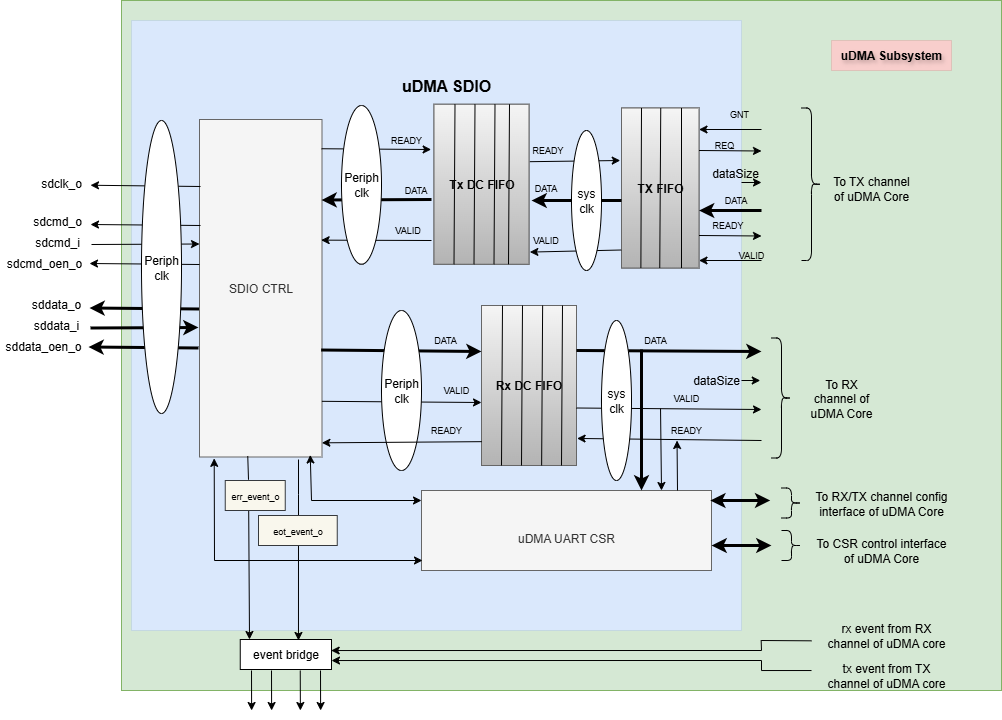
Before: docs/doc-src/ip-blocks/uDMA_SDIO_Block_Diagram.png, a diagram exported from draw.io (openhwgroup/core-v-mcu). Source tidied: cells renumbered, new cells last; positions are measured from the earlier drawing's top-left corner, leaving out a move shared by most shapes.
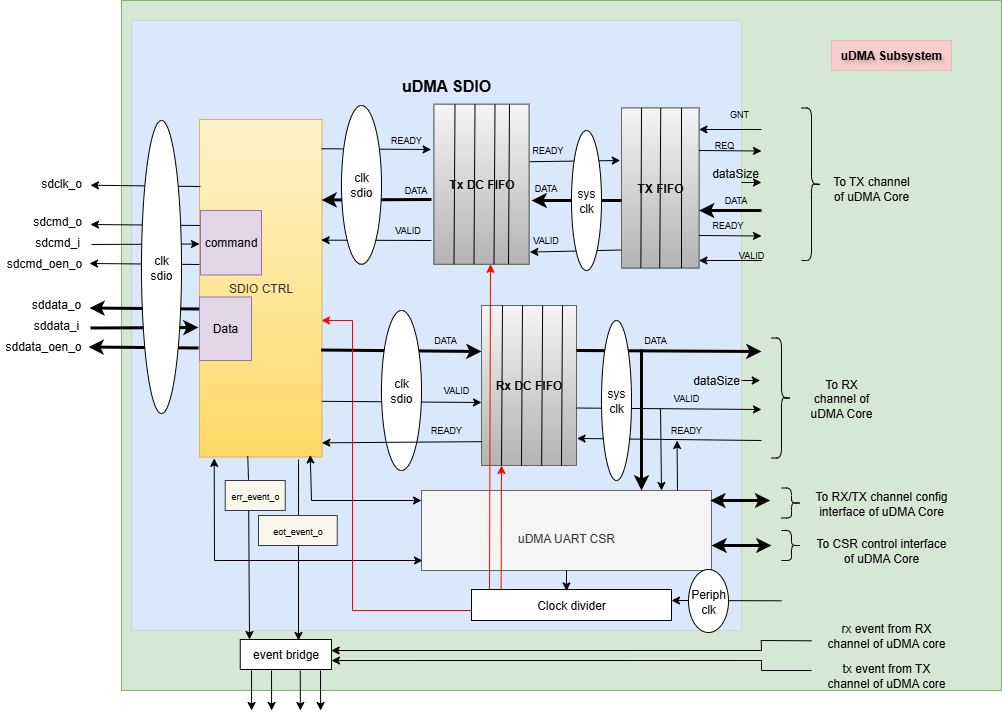
The same file after the commit.

Commit message:
SDIO: Updated block diagram and Rx/Tx operation

What changed in the source:
```diff
@@ -38,7 +38,7 @@
     <mxCell id="10" value="sddata_oen_o" style="text;html=1;align=center;verticalAlign=middle;whiteSpace=wrap;rounded=0;" parent="4" vertex="1">
       <mxGeometry y="42" width="86" height="15" as="geometry" />
     </mxCell>
-    <mxCell id="11" value="SDIO CTRL" style="rounded=0;whiteSpace=wrap;html=1;fillColor=#f5f5f5;fontColor=#333333;strokeColor=#666666;" parent="1" vertex="1">
+    <mxCell id="11" value="&lt;div&gt;&lt;span style=&quot;background-color: transparent; color: light-dark(rgb(51, 51, 51), rgb(193, 193, 193));&quot;&gt;SDIO CTRL&lt;/span&gt;&lt;/div&gt;" style="rounded=0;whiteSpace=wrap;html=1;fillColor=#fff2cc;strokeColor=#d6b656;gradientColor=#ffd966;" parent="1" vertex="1">
       <mxGeometry x="199" y="119" width="122.5" height="337.5" as="geometry" />
     </mxCell>
     <mxCell id="12" value="&lt;font style=&quot;font-size: 16px;&quot;&gt;&lt;b&gt;uDMA SDIO&lt;/b&gt;&lt;/font&gt;" style="text;html=1;align=center;verticalAlign=middle;whiteSpace=wrap;rounded=0;" parent="1" vertex="1">
@@ -307,7 +307,7 @@
         <mxPoint x="321" y="199.5" as="targetPoint" />
       </mxGeometry>
     </mxCell>
-    <mxCell id="70" value="Peri&lt;span style=&quot;background-color: transparent; color: light-dark(rgb(0, 0, 0), rgb(255, 255, 255));&quot;&gt;ph clk&lt;/span&gt;" style="ellipse;whiteSpace=wrap;html=1;" parent="1" vertex="1">
+    <mxCell id="70" value="clk&lt;div&gt;sdio&lt;/div&gt;" style="ellipse;whiteSpace=wrap;html=1;" parent="1" vertex="1">
       <mxGeometry x="341" y="105" width="40" height="158.8" as="geometry" />
     </mxCell>
     <mxCell id="71" value="sys&lt;div&gt;clk&lt;/div&gt;" style="ellipse;whiteSpace=wrap;html=1;" parent="1" vertex="1">
@@ -342,7 +342,7 @@
     <mxCell id="79" value="DATA&amp;nbsp;" style="text;html=1;align=center;verticalAlign=middle;whiteSpace=wrap;rounded=0;fontSize=9;" parent="1" vertex="1">
       <mxGeometry x="411" y="330" width="70" height="20" as="geometry" />
     </mxCell>
-    <mxCell id="80" value="Peri&lt;span style=&quot;background-color: transparent; color: light-dark(rgb(0, 0, 0), rgb(255, 255, 255));&quot;&gt;ph clk&lt;/span&gt;" style="ellipse;whiteSpace=wrap;html=1;" parent="1" vertex="1">
+    <mxCell id="80" value="clk&lt;div&gt;sdio&lt;/div&gt;" style="ellipse;whiteSpace=wrap;html=1;" parent="1" vertex="1">
       <mxGeometry x="381" y="310" width="40" height="160" as="geometry" />
     </mxCell>
     <mxCell id="81" value="&lt;font style=&quot;font-size: 9px;&quot;&gt;err_event_o&lt;/font&gt;" style="text;html=1;align=center;verticalAlign=middle;whiteSpace=wrap;rounded=0;fillColor=#f9f7ed;strokeColor=#36393d;" parent="1" vertex="1">
@@ -490,11 +490,53 @@
     <mxCell id="109" value="sdcmd_oen_o" style="text;html=1;align=center;verticalAlign=middle;whiteSpace=wrap;rounded=0;" parent="103" vertex="1">
       <mxGeometry y="42" width="86" height="15" as="geometry" />
     </mxCell>
-    <mxCell id="110" value="Peri&lt;span style=&quot;background-color: transparent; color: light-dark(rgb(0, 0, 0), rgb(255, 255, 255));&quot;&gt;ph clk&lt;/span&gt;" style="ellipse;whiteSpace=wrap;html=1;" parent="103" vertex="1">
+    <mxCell id="110" value="clk&lt;div&gt;sdio&lt;/div&gt;" style="ellipse;whiteSpace=wrap;html=1;" parent="103" vertex="1">
       <mxGeometry x="140" y="-93" width="40" height="293" as="geometry" />
     </mxCell>
     <mxCell id="111" style="endArrow=classic;html=1;rounded=0;entryX=0.999;entryY=0.958;entryDx=0;entryDy=0;entryPerimeter=0;exitX=0.004;exitY=0.851;exitDx=0;exitDy=0;exitPerimeter=0;" parent="1" edge="1" source="15" target="11">
       <mxGeometry relative="1" as="geometry" />
     </mxCell>
+    <mxCell id="112" value="Clock divider" style="rounded=0;whiteSpace=wrap;html=1;" parent="1" vertex="1">
+      <mxGeometry x="471" y="589" width="200" height="31" as="geometry" />
+    </mxCell>
+    <mxCell id="113" style="endArrow=classic;html=1;rounded=0;exitX=0.75;exitY=0.87;exitDx=0;exitDy=0;exitPerimeter=0;" parent="1" edge="1" source="2">
+      <mxGeometry relative="1" as="geometry">
+        <mxPoint x="671" y="600" as="targetPoint" />
+      </mxGeometry>
+    </mxCell>
+    <mxCell id="114" value="Peri&lt;span style=&quot;background-color: transparent; color: light-dark(rgb(0, 0, 0), rgb(255, 255, 255));&quot;&gt;ph clk&lt;/span&gt;" style="ellipse;whiteSpace=wrap;html=1;" parent="1" vertex="1">
+      <mxGeometry x="688" y="569" width="40" height="63" as="geometry" />
+    </mxCell>
+    <mxCell id="115" style="endArrow=classic;html=1;rounded=0;entryX=0.475;entryY=0.045;entryDx=0;entryDy=0;exitX=0.5;exitY=1;exitDx=0;exitDy=0;entryPerimeter=0;" parent="1" edge="1" source="13" target="112">
+      <mxGeometry relative="1" as="geometry" />
+    </mxCell>
+    <mxCell id="116" style="endArrow=classic;html=1;rounded=0;exitX=0.148;exitY=0.019;exitDx=0;exitDy=0;exitPerimeter=0;strokeColor=#FF0000;" parent="1" edge="1" source="112">
+      <mxGeometry relative="1" as="geometry">
+        <mxPoint x="501" y="465" as="targetPoint" />
+      </mxGeometry>
+    </mxCell>
+    <mxCell id="117" style="endArrow=classic;html=1;rounded=0;exitX=0.168;exitY=-0.084;exitDx=0;exitDy=0;exitPerimeter=0;entryX=0.5;entryY=1;entryDx=0;entryDy=0;strokeColor=#FF0000;" parent="1" edge="1">
+      <mxGeometry relative="1" as="geometry">
+        <mxPoint x="489" y="589" as="sourcePoint" />
+        <mxPoint x="490" y="263.8" as="targetPoint" />
+      </mxGeometry>
+    </mxCell>
+    <mxCell id="118" style="endArrow=classic;html=1;rounded=0;strokeColor=#FF0000;" parent="1" edge="1">
+      <mxGeometry relative="1" as="geometry">
+        <mxPoint x="471" y="610" as="sourcePoint" />
+        <mxPoint x="321" y="320" as="targetPoint" />
+        <Array as="points">
+          <mxPoint x="471" y="610" />
+          <mxPoint x="352" y="610" />
+          <mxPoint x="352" y="320" />
+        </Array>
+      </mxGeometry>
+    </mxCell>
+    <mxCell id="119" value="Data" style="rounded=0;whiteSpace=wrap;html=1;fillColor=#e1d5e7;strokeColor=#9673a6;" parent="1" vertex="1">
+      <mxGeometry x="199" y="296.5" width="52" height="63.5" as="geometry" />
+    </mxCell>
+    <mxCell id="120" value="command" style="rounded=0;whiteSpace=wrap;html=1;fillColor=#e1d5e7;strokeColor=#9673a6;" parent="1" vertex="1">
+      <mxGeometry x="200" y="210" width="61" height="64.5" as="geometry" />
+    </mxCell>
   </root>
 </mxGraphModel>
```
